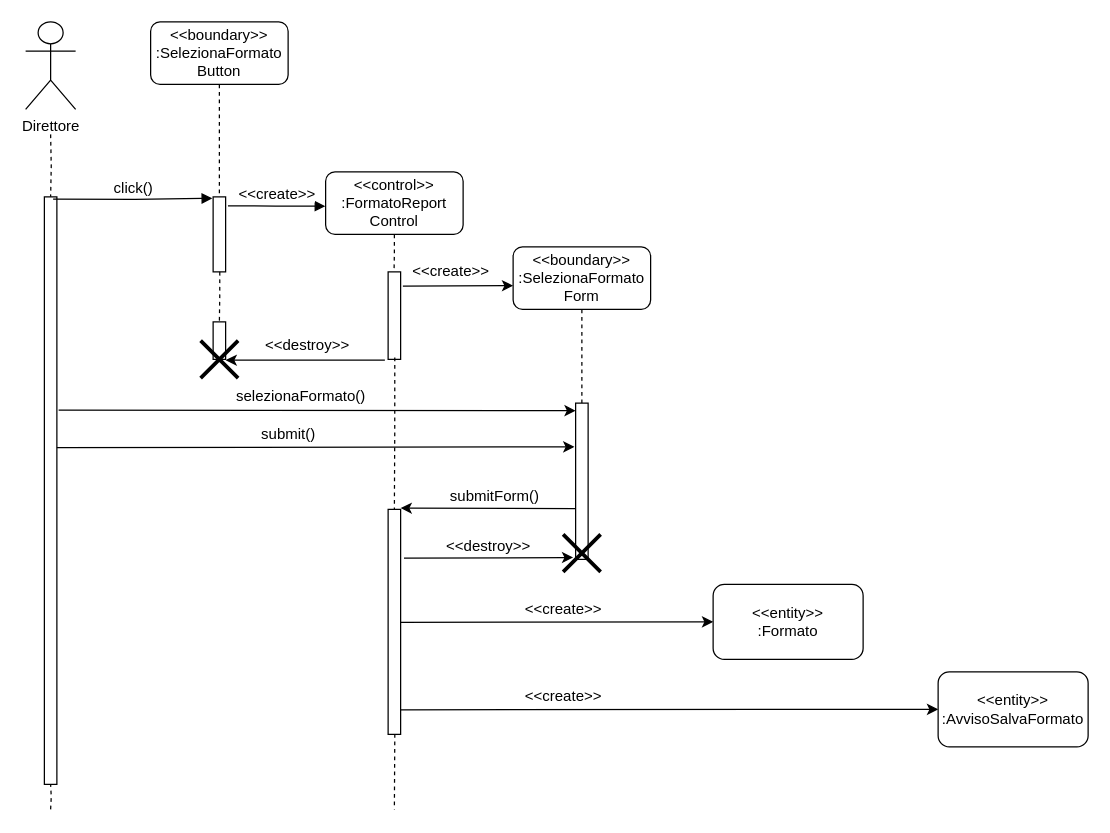
Alberto-00/EasyPass keeps this draw.io diagram as Documentazione/Resources/Sequence Diagram FormatReport.drawio. Above is the earlier version. Source tidied: cells renumbered, new cells numbered last; positions are measured from the earlier drawing's top-left corner, leaving out a move shared by most shapes. Both pictures are drawn from the tidied source at 125%, with x=0, y=0 at pixel (25, 21).
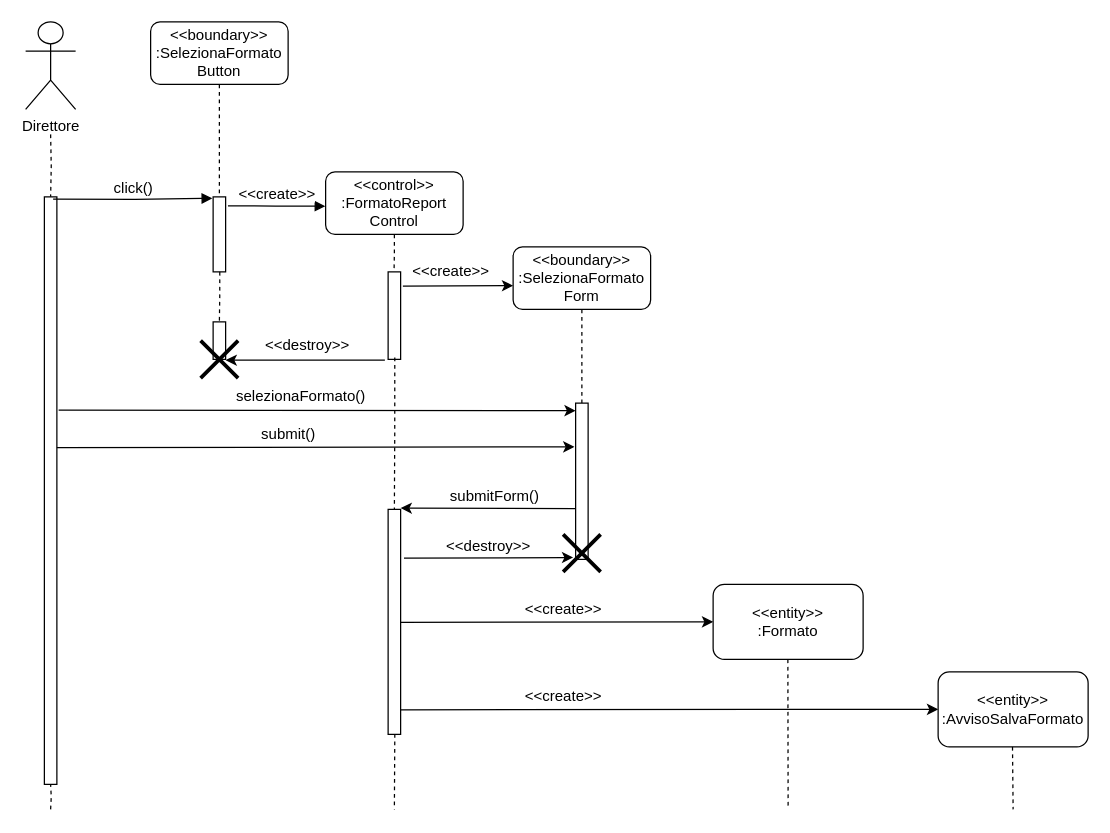
The same diagram, later.

Change to the diagram source:
```diff
@@
+    <mxCell id="42" style="endArrow=none;dashed=1;html=1;rounded=0;fontFamily=Helvetica;fontSize=12;exitX=0.535;exitY=0.998;exitDx=0;exitDy=0;exitPerimeter=0;" parent="1" edge="1">
+      <mxGeometry relative="1" as="geometry">
+        <mxPoint x="609.8" y="510" as="sourcePoint" />
+        <mxPoint x="610" y="630" as="targetPoint" />
+      </mxGeometry>
+    </mxCell>
+    <mxCell id="43" style="endArrow=none;dashed=1;html=1;rounded=0;fontFamily=Helvetica;fontSize=12;exitX=0.535;exitY=0.998;exitDx=0;exitDy=0;exitPerimeter=0;" parent="1" edge="1">
+      <mxGeometry relative="1" as="geometry">
+        <mxPoint x="789.5" y="580" as="sourcePoint" />
+        <mxPoint x="790" y="630" as="targetPoint" />
+      </mxGeometry>
+    </mxCell>
```
